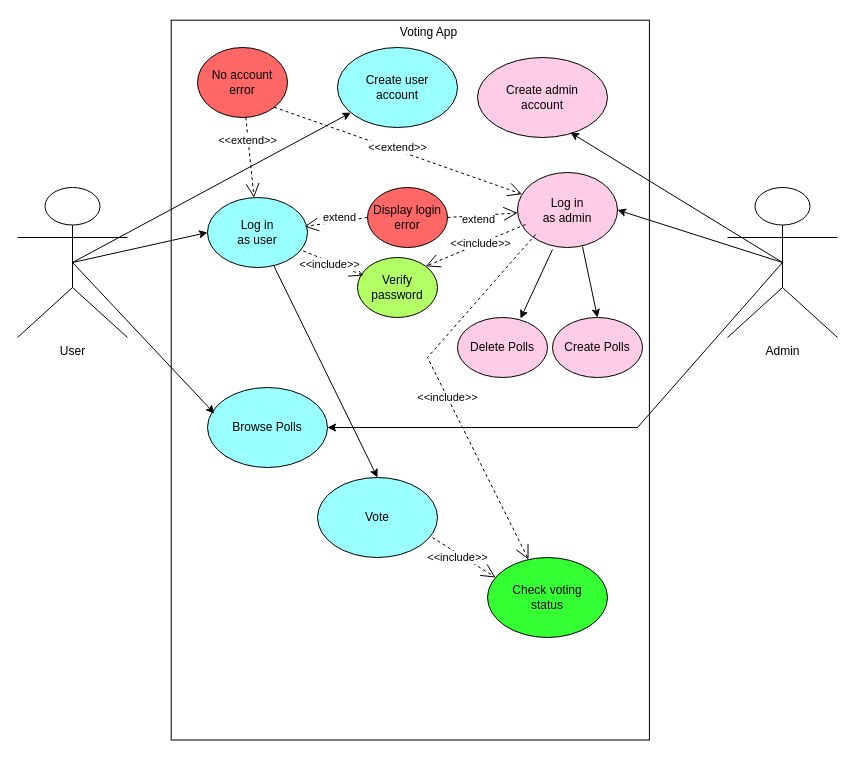
Before: Untitled Diagram.drawio in SanneJ84/UML_UseCase_Diagram, a draw.io diagram. Source tidied: cells renumbered, new cells numbered last; positions are measured from the earlier drawing's top-left corner, leaving out a move shared by most shapes. Both pictures are drawn from the tidied source at 100%, with x=0, y=0 at pixel (17, 17).
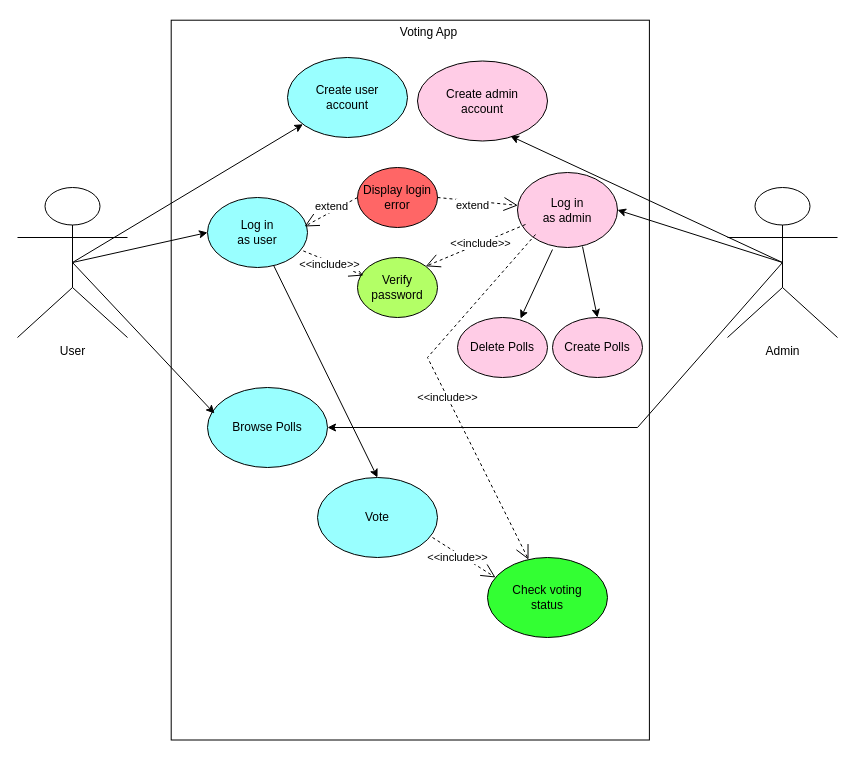
Above is the later version.

Unchanged cells that the change refers to:
```xml
<mxCell id="5" value="Log in&lt;div&gt;as user&lt;/div&gt;" style="ellipse;whiteSpace=wrap;html=1;fillColor=#99FFFF;" parent="1" vertex="1">
  <mxGeometry x="190" y="180" width="100" height="70" as="geometry" />
</mxCell>
<mxCell id="25" value="Log in&lt;div&gt;as admin&lt;/div&gt;" style="ellipse;whiteSpace=wrap;html=1;fillColor=#FFCCE6;" parent="1" vertex="1">
  <mxGeometry x="500" y="155" width="100" height="75" as="geometry" />
</mxCell>
```

The edit, as a diff of the source:
```diff
@@
     <mxCell id="12" value="Display login error" style="ellipse;whiteSpace=wrap;html=1;fillColor=#FF6666;" parent="1" vertex="1">
-      <mxGeometry x="350" y="170" width="80" height="60" as="geometry" />
+      <mxGeometry x="340" y="150" width="80" height="60" as="geometry" />
     </mxCell>
@@
     <mxCell id="18" value="Create user&lt;div&gt;account&lt;/div&gt;" style="ellipse;whiteSpace=wrap;html=1;fillColor=#99FFFF;" parent="1" vertex="1">
-      <mxGeometry x="320" y="30" width="120" height="80" as="geometry" />
+      <mxGeometry x="270" y="40" width="120" height="80" as="geometry" />
     </mxCell>
@@
-    <mxCell id="21" value="No account&lt;div&gt;error&lt;/div&gt;" style="ellipse;whiteSpace=wrap;html=1;strokeColor=#000000;fillColor=#FF6666;" parent="1" vertex="1">
-      <mxGeometry x="180" y="30" width="90" height="70" as="geometry" />
-    </mxCell>
-    <mxCell id="22" value="&amp;lt;&amp;lt;extend&amp;gt;&amp;gt;" style="endArrow=open;endSize=12;dashed=1;html=1;rounded=0;" parent="1" edge="1" source="21" target="5">
-      <mxGeometry x="-0.42" y="-1" relative="1" as="geometry" />
-    </mxCell>
     <mxCell id="23" value="Create admin&lt;div&gt;account&lt;/div&gt;" style="ellipse;whiteSpace=wrap;html=1;fillColor=#FFCCE6;" parent="1" vertex="1">
-      <mxGeometry x="460" y="40" width="130" height="80" as="geometry" />
+      <mxGeometry x="400" y="43.5" width="130" height="80" as="geometry" />
     </mxCell>
@@
-    <mxCell id="27" value="&amp;lt;&amp;lt;extend&amp;gt;&amp;gt;" style="endArrow=open;endSize=12;dashed=1;html=1;rounded=0;exitX=1;exitY=1;exitDx=0;exitDy=0;" parent="1" edge="1" source="21" target="25">
-      <mxGeometry x="-0.01" y="3" relative="1" as="geometry" />
-    </mxCell>
```
